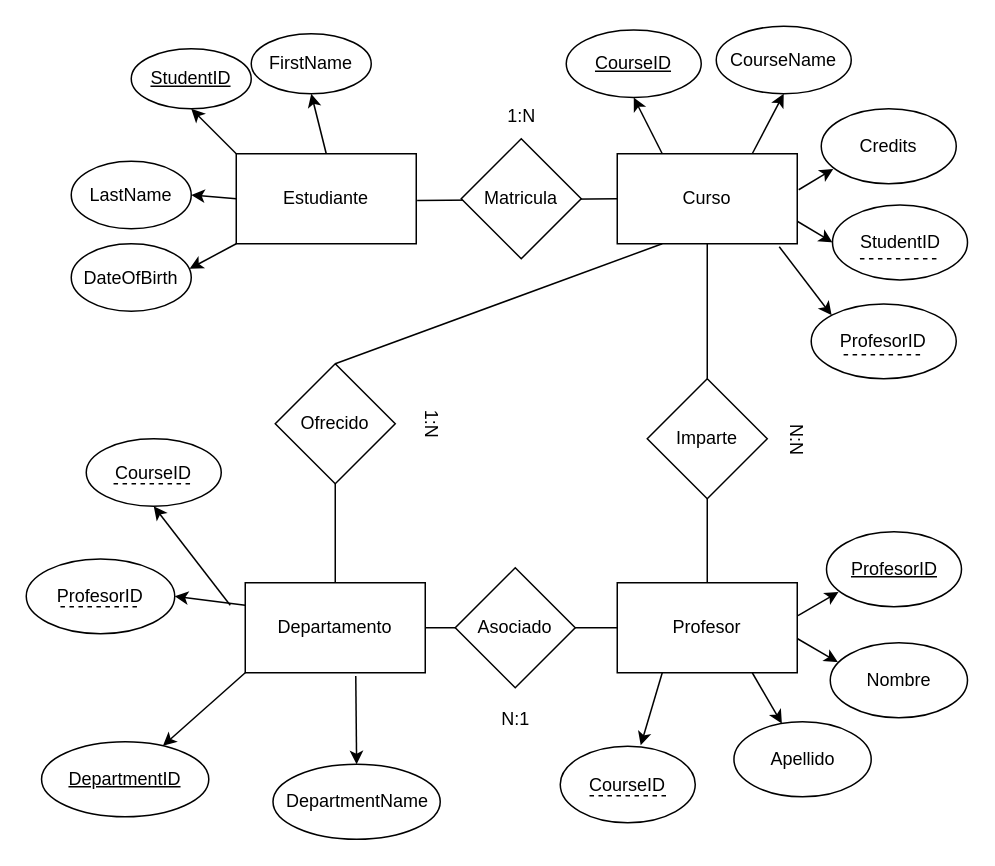
The draw.io diagram BigDataAplicado/Practicas/Tema1/ModeloEntidadRelacion/paso4.drawio in ftp-andrei/WorkSpace_VSCode_IABD, before the edit. Source tidied: cells renumbered, new cells numbered last; positions are measured from the earlier drawing's top-left corner, leaving out a move shared by most shapes. Both pictures are drawn from the tidied source at 150%, with x=0, y=0 at pixel (26, 26).
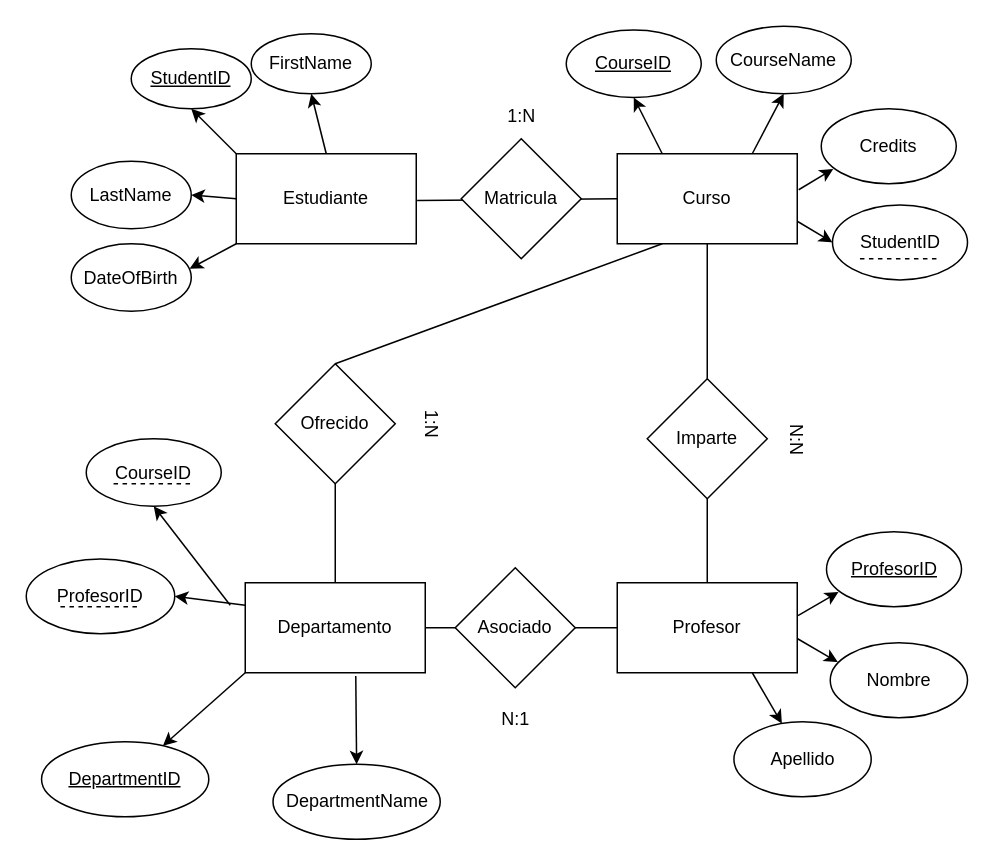
After the change.

The change refers to these unchanged cells:
```xml
<mxCell id="4" value="Curso" style="rounded=0;whiteSpace=wrap;html=1;" parent="1" vertex="1">
  <mxGeometry x="394" y="85" width="120" height="60" as="geometry" />
</mxCell>
<mxCell id="5" value="Profesor" style="rounded=0;whiteSpace=wrap;html=1;" parent="1" vertex="1">
  <mxGeometry x="394" y="371" width="120" height="60" as="geometry" />
</mxCell>
```

Diff of the diagram source:
```diff
@@
-    <mxCell id="37" value="CourseID" style="ellipse;html=1;fontStyle=0;verticalAlign=middle;fontSize=12;whiteSpace=wrap;fontColor=default;" parent="1" vertex="1">
-      <mxGeometry x="356" y="480" width="90" height="51" as="geometry" />
-    </mxCell>
-    <mxCell id="38" style="edgeStyle=none;html=1;exitX=0.25;exitY=1;exitDx=0;exitDy=0;entryX=0.596;entryY=-0.012;entryDx=0;entryDy=0;entryPerimeter=0;" parent="1" edge="1" source="5" target="37">
-      <mxGeometry relative="1" as="geometry" />
-    </mxCell>
-    <mxCell id="39" style="endArrow=none;dashed=1;html=1;fontSize=12;fontColor=default;endSize=6;" parent="1" edge="1">
-      <mxGeometry relative="1" as="geometry">
-        <mxPoint x="375.5" y="513" as="sourcePoint" />
-        <mxPoint x="429" y="513" as="targetPoint" />
-      </mxGeometry>
-    </mxCell>
@@
-    <mxCell id="54" style="edgeStyle=none;html=1;exitX=0.9;exitY=1.033;exitDx=0;exitDy=0;entryX=0;entryY=0;entryDx=0;entryDy=0;exitPerimeter=0;" parent="1" edge="1" source="4" target="55">
-      <mxGeometry relative="1" as="geometry" />
-    </mxCell>
-    <mxCell id="55" value="ProfesorID" style="ellipse;whiteSpace=wrap;html=1;fontStyle=0;" parent="1" vertex="1">
-      <mxGeometry x="523.3" y="185.1" width="96.7" height="49.9" as="geometry" />
-    </mxCell>
-    <mxCell id="56" style="endArrow=none;dashed=1;html=1;fontSize=12;fontColor=default;endSize=6;" parent="1" edge="1">
-      <mxGeometry relative="1" as="geometry">
-        <mxPoint x="544.9" y="219" as="sourcePoint" />
-        <mxPoint x="598.4" y="219" as="targetPoint" />
-      </mxGeometry>
-    </mxCell>
```
